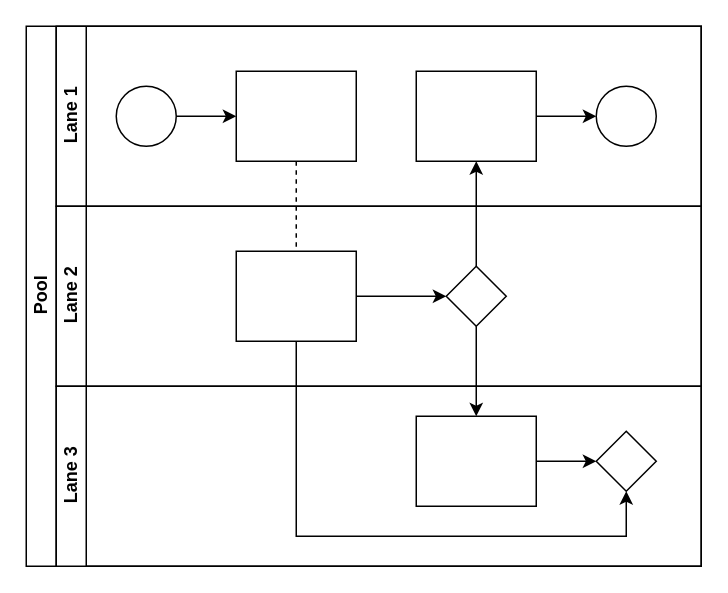
Earlier version of the draw.io diagram 未命名绘图.drawio (catailgrass/draw.io). Source tidied: cells renumbered, new cells numbered last; positions are measured from the earlier drawing's top-left corner, leaving out a move shared by most shapes. Both pictures are drawn from the tidied source at 150%, with x=0, y=0 at pixel (26, 26).
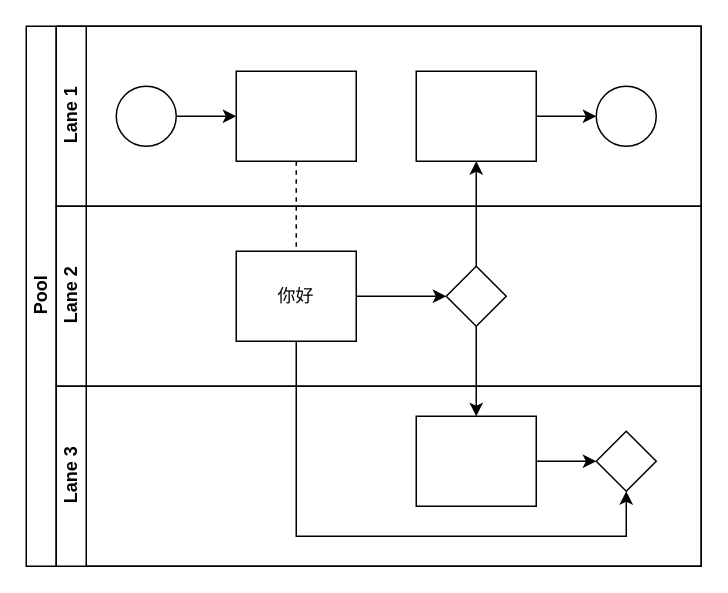
Above is the later version.

Commit message:
更新未命名绘图.drawio

The change refers to these unchanged cells:
```xml
<mxCell id="14" value="Lane 2" style="swimlane;html=1;startSize=20;horizontal=0;" parent="2" vertex="1">
  <mxGeometry x="20" y="120" width="430" height="120" as="geometry" />
</mxCell>
```

The edit, as a diff of the source:
```diff
@@
-    <mxCell id="16" style="rounded=0;whiteSpace=wrap;html=1;fontFamily=Helvetica;fontSize=12;fontColor=#000000;align=center;" parent="14" vertex="1">
+    <mxCell id="16" value="你好" style="rounded=0;whiteSpace=wrap;html=1;fontFamily=Helvetica;fontSize=12;fontColor=#000000;align=center;" parent="14" vertex="1">
       <mxGeometry x="120" y="30" width="80" height="60" as="geometry" />
     </mxCell>
```
